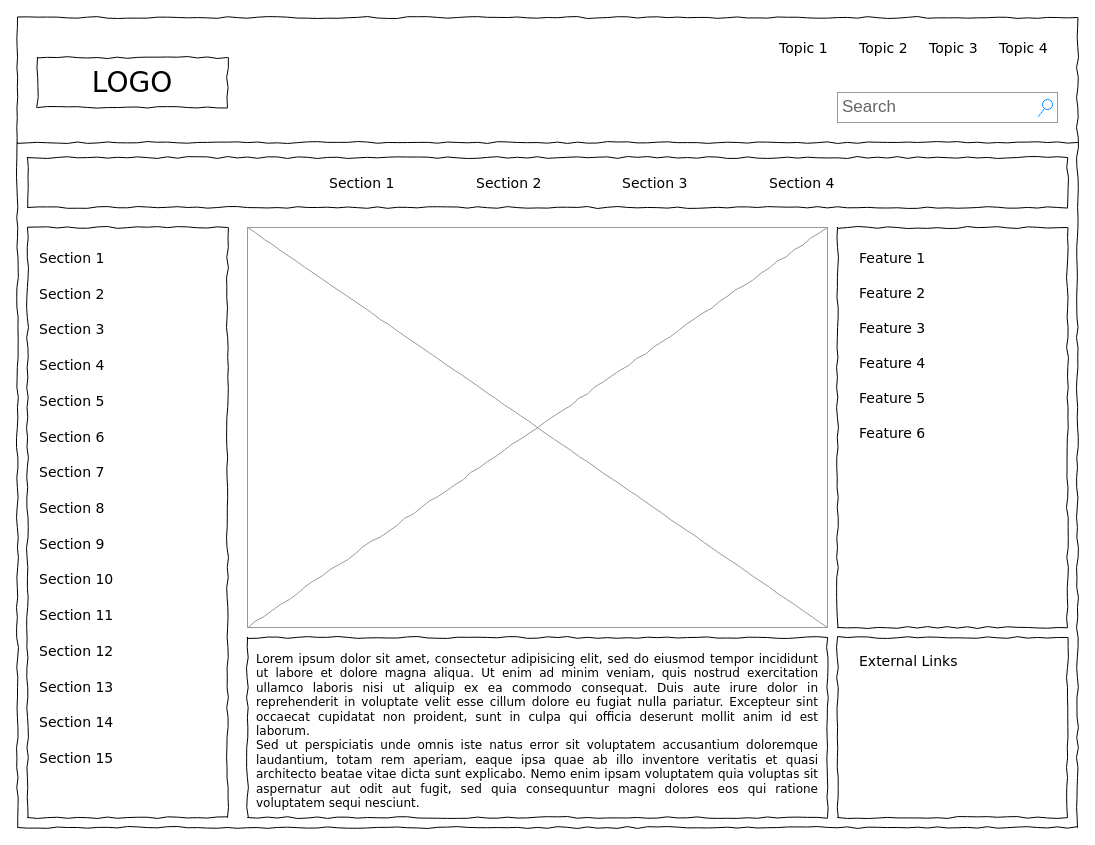
Earlier version of the draw.io diagram UI_displayRoom.drawio (caramelsyrup/UI_ACADEMY). Source tidied: cells renumbered, new cells numbered last; positions are measured from the earlier drawing's top-left corner, leaving out a move shared by most shapes. Both pictures are drawn from the tidied source at 100%, with x=0, y=0 at pixel (17, 17).
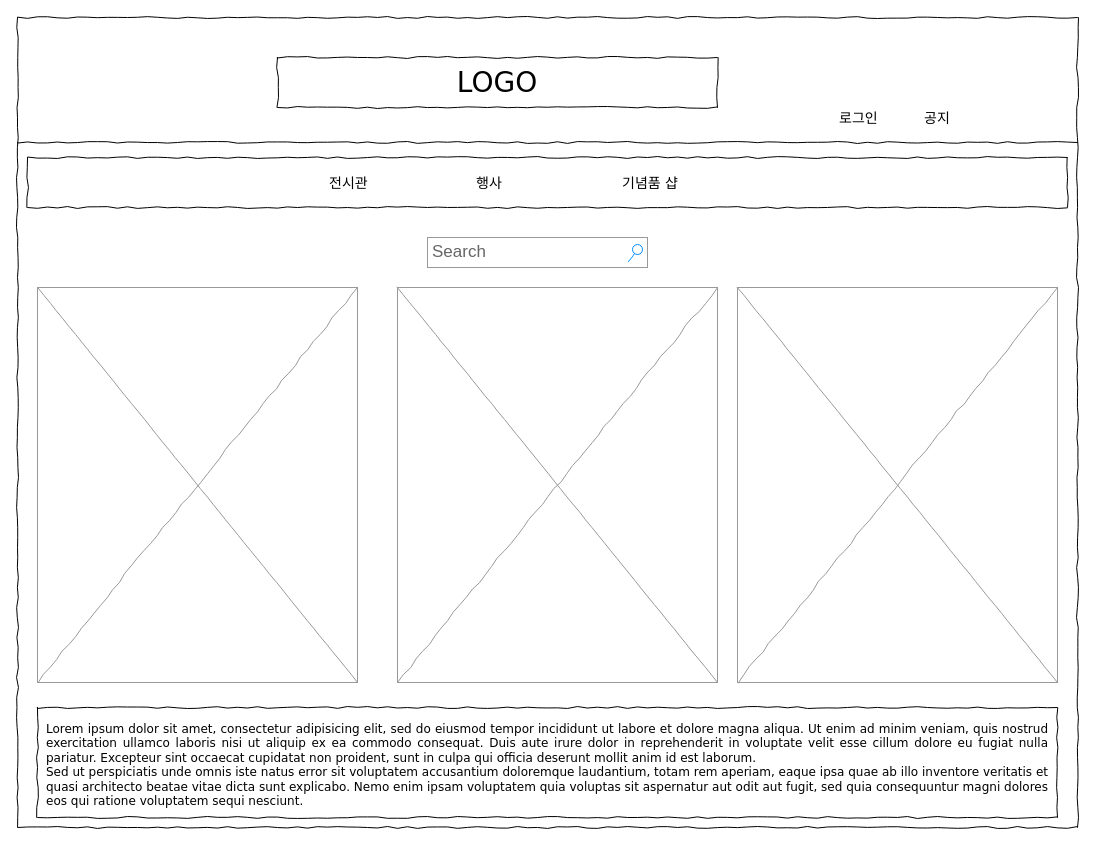
After the change.

What changed in the source:
```diff
@@
     <mxCell id="3" value="LOGO" style="whiteSpace=wrap;html=1;rounded=0;shadow=0;labelBackgroundColor=none;strokeWidth=1;fontFamily=Verdana;fontSize=28;align=center;comic=1;" parent="1" vertex="1">
-      <mxGeometry x="20" y="40" width="190" height="50" as="geometry" />
+      <mxGeometry x="260" y="40" width="440" height="50" as="geometry" />
     </mxCell>
-    <mxCell id="4" value="Search" style="strokeWidth=1;shadow=0;dashed=0;align=center;html=1;shape=mxgraph.mockup.forms.searchBox;strokeColor=#999999;mainText=;strokeColor2=#008cff;fontColor=#666666;fontSize=17;align=left;spacingLeft=3;rounded=0;labelBackgroundColor=none;comic=1;" parent="1" vertex="1">
-      <mxGeometry x="820" y="75" width="220" height="30" as="geometry" />
-    </mxCell>
-    <mxCell id="5" value="Topic 1" style="text;html=1;align=left;verticalAlign=top;spacingTop=-4;fontSize=14;fontFamily=Verdana;" parent="1" vertex="1">
-      <mxGeometry x="760" y="20" width="60" height="20" as="geometry" />
-    </mxCell>
-    <mxCell id="6" value="Topic 2" style="text;html=1;align=left;verticalAlign=top;spacingTop=-4;fontSize=14;fontFamily=Verdana;" parent="1" vertex="1">
-      <mxGeometry x="840" y="20" width="60" height="20" as="geometry" />
-    </mxCell>
-    <mxCell id="7" value="Topic 3" style="text;html=1;align=left;verticalAlign=top;spacingTop=-4;fontSize=14;fontFamily=Verdana;" parent="1" vertex="1">
-      <mxGeometry x="910" y="20" width="60" height="20" as="geometry" />
-    </mxCell>
-    <mxCell id="8" value="Topic 4" style="text;html=1;align=left;verticalAlign=top;spacingTop=-4;fontSize=14;fontFamily=Verdana;" parent="1" vertex="1">
-      <mxGeometry x="980" y="20" width="60" height="20" as="geometry" />
-    </mxCell>
-    <mxCell id="9" style="whiteSpace=wrap;html=1;rounded=0;shadow=0;labelBackgroundColor=none;strokeWidth=1;fillColor=none;fontFamily=Verdana;fontSize=12;align=center;comic=1;" parent="1" vertex="1">
-      <mxGeometry x="10" y="210" width="200" height="590" as="geometry" />
-    </mxCell>
+    <mxCell id="42" value="로그인" style="text;html=1;align=left;verticalAlign=top;spacingTop=-4;fontSize=14;fontFamily=Verdana;" parent="1" vertex="1">
+      <mxGeometry x="820" y="90" width="60" height="20" as="geometry" />
+    </mxCell>
+    <mxCell id="43" value="공지" style="text;html=1;align=left;verticalAlign=top;spacingTop=-4;fontSize=14;fontFamily=Verdana;" parent="1" vertex="1">
+      <mxGeometry x="905" y="90" width="60" height="20" as="geometry" />
+    </mxCell>
@@
-    <mxCell id="12" value="Section 1" style="text;html=1;align=left;verticalAlign=top;spacingTop=-4;fontSize=14;fontFamily=Verdana;" parent="1" vertex="1">
-      <mxGeometry x="310" y="155" width="60" height="20" as="geometry" />
-    </mxCell>
-    <mxCell id="13" value="Section 2" style="text;html=1;align=left;verticalAlign=top;spacingTop=-4;fontSize=14;fontFamily=Verdana;" parent="1" vertex="1">
-      <mxGeometry x="457" y="155" width="60" height="20" as="geometry" />
-    </mxCell>
-    <mxCell id="14" value="Section 3" style="text;html=1;align=left;verticalAlign=top;spacingTop=-4;fontSize=14;fontFamily=Verdana;" parent="1" vertex="1">
-      <mxGeometry x="603" y="155" width="60" height="20" as="geometry" />
-    </mxCell>
-    <mxCell id="15" value="Section 4" style="text;html=1;align=left;verticalAlign=top;spacingTop=-4;fontSize=14;fontFamily=Verdana;" parent="1" vertex="1">
-      <mxGeometry x="750" y="155" width="60" height="20" as="geometry" />
-    </mxCell>
+    <mxCell id="44" value="전시관" style="text;html=1;align=left;verticalAlign=top;spacingTop=-4;fontSize=14;fontFamily=Verdana;" parent="1" vertex="1">
+      <mxGeometry x="310" y="155" width="60" height="20" as="geometry" />
+    </mxCell>
+    <mxCell id="45" value="행사" style="text;html=1;align=left;verticalAlign=top;spacingTop=-4;fontSize=14;fontFamily=Verdana;" parent="1" vertex="1">
+      <mxGeometry x="457" y="155" width="60" height="20" as="geometry" />
+    </mxCell>
+    <mxCell id="46" value="기념품 샵" style="text;html=1;align=left;verticalAlign=top;spacingTop=-4;fontSize=14;fontFamily=Verdana;" parent="1" vertex="1">
+      <mxGeometry x="603" y="155" width="60" height="20" as="geometry" />
+    </mxCell>
     <mxCell id="16" value="&lt;div style=&quot;text-align: justify&quot;&gt;&lt;span&gt;Lorem ipsum dolor sit amet, consectetur adipisicing elit, sed do eiusmod tempor incididunt ut labore et dolore magna aliqua. Ut enim ad minim veniam, quis nostrud exercitation ullamco laboris nisi ut aliquip ex ea commodo consequat. Duis aute irure dolor in reprehenderit in voluptate velit esse cillum dolore eu fugiat nulla pariatur. Excepteur sint occaecat cupidatat non proident, sunt in culpa qui officia deserunt mollit anim id est laborum.&lt;/span&gt;&lt;/div&gt;&lt;div style=&quot;text-align: justify&quot;&gt;&lt;span&gt;Sed ut perspiciatis unde omnis iste natus error sit voluptatem accusantium doloremque laudantium, totam rem aperiam, eaque ipsa quae ab illo inventore veritatis et quasi architecto beatae vitae dicta sunt explicabo. Nemo enim ipsam voluptatem quia voluptas sit aspernatur aut odit aut fugit, sed quia consequuntur magni dolores eos qui ratione voluptatem sequi nesciunt.&amp;nbsp;&lt;/span&gt;&lt;/div&gt;" style="whiteSpace=wrap;html=1;rounded=0;shadow=0;labelBackgroundColor=none;strokeWidth=1;fillColor=none;fontFamily=Verdana;fontSize=12;align=center;verticalAlign=top;spacing=10;comic=1;" parent="1" vertex="1">
-      <mxGeometry x="230" y="620" width="580" height="180" as="geometry" />
+      <mxGeometry x="20" y="690" width="1020" height="110" as="geometry" />
     </mxCell>
-    <mxCell id="17" style="verticalLabelPosition=bottom;shadow=0;dashed=0;align=center;html=1;verticalAlign=top;strokeWidth=1;shape=mxgraph.mockup.graphics.simpleIcon;strokeColor=#999999;rounded=0;labelBackgroundColor=none;fontFamily=Verdana;fontSize=14;fontColor=#000000;comic=1;" parent="1" vertex="1">
-      <mxGeometry x="230" y="210" width="580" height="400" as="geometry" />
-    </mxCell>
-    <mxCell id="18" style="whiteSpace=wrap;html=1;rounded=0;shadow=0;labelBackgroundColor=none;strokeWidth=1;fillColor=none;fontFamily=Verdana;fontSize=12;align=center;comic=1;" parent="1" vertex="1">
-      <mxGeometry x="820" y="210" width="230" height="400" as="geometry" />
-    </mxCell>
-    <mxCell id="19" style="whiteSpace=wrap;html=1;rounded=0;shadow=0;labelBackgroundColor=none;strokeWidth=1;fillColor=none;fontFamily=Verdana;fontSize=12;align=center;comic=1;" parent="1" vertex="1">
-      <mxGeometry x="820" y="620" width="230" height="180" as="geometry" />
-    </mxCell>
-    <mxCell id="20" value="Section 1" style="text;html=1;align=left;verticalAlign=top;spacingTop=-4;fontSize=14;fontFamily=Verdana;" parent="1" vertex="1">
-      <mxGeometry x="20" y="230" width="170" height="20" as="geometry" />
-    </mxCell>
-    <mxCell id="21" value="Section 2" style="text;html=1;align=left;verticalAlign=top;spacingTop=-4;fontSize=14;fontFamily=Verdana;" parent="1" vertex="1">
-      <mxGeometry x="20" y="266" width="170" height="20" as="geometry" />
-    </mxCell>
-    <mxCell id="22" value="Section 3" style="text;html=1;align=left;verticalAlign=top;spacingTop=-4;fontSize=14;fontFamily=Verdana;" parent="1" vertex="1">
-      <mxGeometry x="20" y="301" width="170" height="20" as="geometry" />
-    </mxCell>
-    <mxCell id="23" value="Section 4" style="text;html=1;align=left;verticalAlign=top;spacingTop=-4;fontSize=14;fontFamily=Verdana;" parent="1" vertex="1">
-      <mxGeometry x="20" y="337" width="170" height="20" as="geometry" />
-    </mxCell>
-    <mxCell id="24" value="Section 7" style="text;html=1;align=left;verticalAlign=top;spacingTop=-4;fontSize=14;fontFamily=Verdana;" parent="1" vertex="1">
-      <mxGeometry x="20" y="444" width="170" height="20" as="geometry" />
-    </mxCell>
-    <mxCell id="25" value="Section 8" style="text;html=1;align=left;verticalAlign=top;spacingTop=-4;fontSize=14;fontFamily=Verdana;" parent="1" vertex="1">
-      <mxGeometry x="20" y="480" width="170" height="20" as="geometry" />
-    </mxCell>
-    <mxCell id="26" value="Section 9" style="text;html=1;align=left;verticalAlign=top;spacingTop=-4;fontSize=14;fontFamily=Verdana;" parent="1" vertex="1">
-      <mxGeometry x="20" y="516" width="170" height="20" as="geometry" />
-    </mxCell>
-    <mxCell id="27" value="Section 10" style="text;html=1;align=left;verticalAlign=top;spacingTop=-4;fontSize=14;fontFamily=Verdana;" parent="1" vertex="1">
-      <mxGeometry x="20" y="551" width="170" height="20" as="geometry" />
-    </mxCell>
-    <mxCell id="28" value="Section 11" style="text;html=1;align=left;verticalAlign=top;spacingTop=-4;fontSize=14;fontFamily=Verdana;" parent="1" vertex="1">
-      <mxGeometry x="20" y="587" width="170" height="20" as="geometry" />
-    </mxCell>
-    <mxCell id="29" value="Section 12" style="text;html=1;align=left;verticalAlign=top;spacingTop=-4;fontSize=14;fontFamily=Verdana;" parent="1" vertex="1">
-      <mxGeometry x="20" y="623" width="170" height="20" as="geometry" />
-    </mxCell>
-    <mxCell id="30" value="Section 13" style="text;html=1;align=left;verticalAlign=top;spacingTop=-4;fontSize=14;fontFamily=Verdana;" parent="1" vertex="1">
-      <mxGeometry x="20" y="659" width="170" height="20" as="geometry" />
-    </mxCell>
-    <mxCell id="31" value="Section 14" style="text;html=1;align=left;verticalAlign=top;spacingTop=-4;fontSize=14;fontFamily=Verdana;" parent="1" vertex="1">
-      <mxGeometry x="20" y="694" width="170" height="20" as="geometry" />
-    </mxCell>
-    <mxCell id="32" value="Section 5" style="text;html=1;align=left;verticalAlign=top;spacingTop=-4;fontSize=14;fontFamily=Verdana;" parent="1" vertex="1">
-      <mxGeometry x="20" y="373" width="170" height="20" as="geometry" />
-    </mxCell>
-    <mxCell id="33" value="Section 6" style="text;html=1;align=left;verticalAlign=top;spacingTop=-4;fontSize=14;fontFamily=Verdana;" parent="1" vertex="1">
-      <mxGeometry x="20" y="409" width="170" height="20" as="geometry" />
-    </mxCell>
-    <mxCell id="34" value="Section 15" style="text;html=1;align=left;verticalAlign=top;spacingTop=-4;fontSize=14;fontFamily=Verdana;" parent="1" vertex="1">
-      <mxGeometry x="20" y="730" width="170" height="20" as="geometry" />
-    </mxCell>
-    <mxCell id="35" value="External Links" style="text;html=1;align=left;verticalAlign=top;spacingTop=-4;fontSize=14;fontFamily=Verdana;" parent="1" vertex="1">
-      <mxGeometry x="840" y="633" width="170" height="20" as="geometry" />
-    </mxCell>
-    <mxCell id="36" value="Feature 1" style="text;html=1;align=left;verticalAlign=top;spacingTop=-4;fontSize=14;fontFamily=Verdana;" parent="1" vertex="1">
-      <mxGeometry x="840" y="230" width="170" height="20" as="geometry" />
-    </mxCell>
-    <mxCell id="37" value="Feature 2" style="text;html=1;align=left;verticalAlign=top;spacingTop=-4;fontSize=14;fontFamily=Verdana;" parent="1" vertex="1">
-      <mxGeometry x="840" y="265" width="170" height="20" as="geometry" />
-    </mxCell>
-    <mxCell id="38" value="Feature 3" style="text;html=1;align=left;verticalAlign=top;spacingTop=-4;fontSize=14;fontFamily=Verdana;" parent="1" vertex="1">
-      <mxGeometry x="840" y="300" width="170" height="20" as="geometry" />
-    </mxCell>
-    <mxCell id="39" value="Feature 4" style="text;html=1;align=left;verticalAlign=top;spacingTop=-4;fontSize=14;fontFamily=Verdana;" parent="1" vertex="1">
-      <mxGeometry x="840" y="335" width="170" height="20" as="geometry" />
-    </mxCell>
-    <mxCell id="40" value="Feature 5" style="text;html=1;align=left;verticalAlign=top;spacingTop=-4;fontSize=14;fontFamily=Verdana;" parent="1" vertex="1">
-      <mxGeometry x="840" y="370" width="170" height="20" as="geometry" />
-    </mxCell>
-    <mxCell id="41" value="Feature 6" style="text;html=1;align=left;verticalAlign=top;spacingTop=-4;fontSize=14;fontFamily=Verdana;" parent="1" vertex="1">
-      <mxGeometry x="840" y="405" width="170" height="20" as="geometry" />
-    </mxCell>
+    <mxCell id="47" style="verticalLabelPosition=bottom;shadow=0;dashed=0;align=center;html=1;verticalAlign=top;strokeWidth=1;shape=mxgraph.mockup.graphics.simpleIcon;strokeColor=#999999;rounded=0;labelBackgroundColor=none;fontFamily=Verdana;fontSize=14;fontColor=#000000;comic=1;" parent="1" vertex="1">
+      <mxGeometry x="20" y="270" width="320" height="395" as="geometry" />
+    </mxCell>
+    <mxCell id="48" style="verticalLabelPosition=bottom;shadow=0;dashed=0;align=center;html=1;verticalAlign=top;strokeWidth=1;shape=mxgraph.mockup.graphics.simpleIcon;strokeColor=#999999;rounded=0;labelBackgroundColor=none;fontFamily=Verdana;fontSize=14;fontColor=#000000;comic=1;" parent="1" vertex="1">
+      <mxGeometry x="380" y="270" width="320" height="395" as="geometry" />
+    </mxCell>
+    <mxCell id="49" style="verticalLabelPosition=bottom;shadow=0;dashed=0;align=center;html=1;verticalAlign=top;strokeWidth=1;shape=mxgraph.mockup.graphics.simpleIcon;strokeColor=#999999;rounded=0;labelBackgroundColor=none;fontFamily=Verdana;fontSize=14;fontColor=#000000;comic=1;" parent="1" vertex="1">
+      <mxGeometry x="720" y="270" width="320" height="395" as="geometry" />
+    </mxCell>
+    <mxCell id="4" value="Search" style="strokeWidth=1;shadow=0;dashed=0;align=center;html=1;shape=mxgraph.mockup.forms.searchBox;strokeColor=#999999;mainText=;strokeColor2=#008cff;fontColor=#666666;fontSize=17;align=left;spacingLeft=3;rounded=0;labelBackgroundColor=none;comic=1;" parent="1" vertex="1">
+      <mxGeometry x="410" y="220" width="220" height="30" as="geometry" />
+    </mxCell>
```
